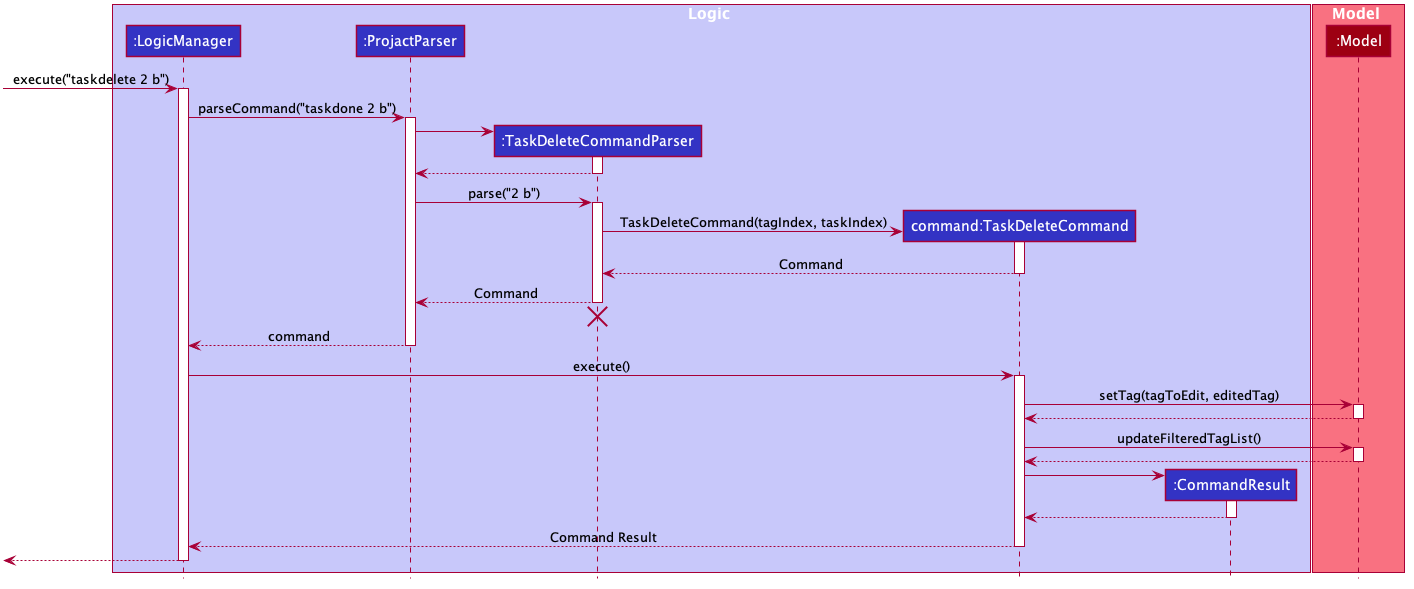
Before: docs/images/TaskDeleteSequenceDiagram.png, a diagram exported from PlantUML (siqiang-ng/tp). The source it was exported from:
```plantuml
@startuml








skinparam BackgroundColor #FFFFFFF

skinparam Shadowing false

skinparam Class {
    FontColor #FFFFFF
    BorderThickness 1
    BorderColor #FFFFFF
    StereotypeFontColor #FFFFFF
    FontName Arial
}

skinparam Actor {
    BorderColor #000000
    Color #000000
    FontName Arial
}

skinparam Sequence {
    MessageAlign center
    BoxFontSize 15
    BoxPadding 0
    BoxFontColor #FFFFFF
    FontName Arial
}

skinparam Participant {
    FontColor #FFFFFFF
    Padding 20
}

skinparam MinClassWidth 50
skinparam ParticipantPadding 10
skinparam Shadowing false
skinparam DefaultTextAlignment center
skinparam packageStyle Rectangle

hide footbox
hide members
hide circle
box Logic #C8C8FA
participant ":LogicManager" as LogicManager #3333C4
participant ":ProjactParser" as ProjactParser #3333C4
participant ":TaskDeleteCommandParser" as TaskDeleteCommandParser #3333C4
participant "command:TaskDeleteCommand" as TaskDeleteCommand #3333C4
participant ":CommandResult" as CommandResult #3333C4
end box

box Model #F97181
participant ":Model" as Model #9D0012
end box

[-> LogicManager : execute("taskdelete 2 b")
activate LogicManager

LogicManager -> ProjactParser : parseCommand("taskdone 2 b")
activate ProjactParser

create TaskDeleteCommandParser
ProjactParser -> TaskDeleteCommandParser
activate TaskDeleteCommandParser
TaskDeleteCommandParser --> ProjactParser

deactivate TaskDeleteCommandParser
ProjactParser -> TaskDeleteCommandParser : parse("2 b")
activate TaskDeleteCommandParser

create TaskDeleteCommand
TaskDeleteCommandParser -> TaskDeleteCommand : TaskDeleteCommand(tagIndex, taskIndex)
activate TaskDeleteCommand

TaskDeleteCommand --> TaskDeleteCommandParser : Command
deactivate TaskDeleteCommand

TaskDeleteCommandParser --> ProjactParser : Command
deactivate TaskDeleteCommandParser
TaskDeleteCommandParser -[hidden]-> ProjactParser
destroy TaskDeleteCommandParser

ProjactParser --> LogicManager : command
deactivate ProjactParser

LogicManager -> TaskDeleteCommand : execute()
activate TaskDeleteCommand

TaskDeleteCommand -> Model : setTag(tagToEdit, editedTag)
activate Model
Model ---> TaskDeleteCommand
deactivate Model

TaskDeleteCommand -> Model : updateFilteredTagList()
activate Model
Model ---> TaskDeleteCommand
deactivate Model

create CommandResult
TaskDeleteCommand -> CommandResult
activate CommandResult
CommandResult ---> TaskDeleteCommand
deactivate CommandResult

TaskDeleteCommand --> LogicManager : Command Result
deactivate TaskDeleteCommand

LogicManager -->[
deactivate LogicManager

@enduml
```
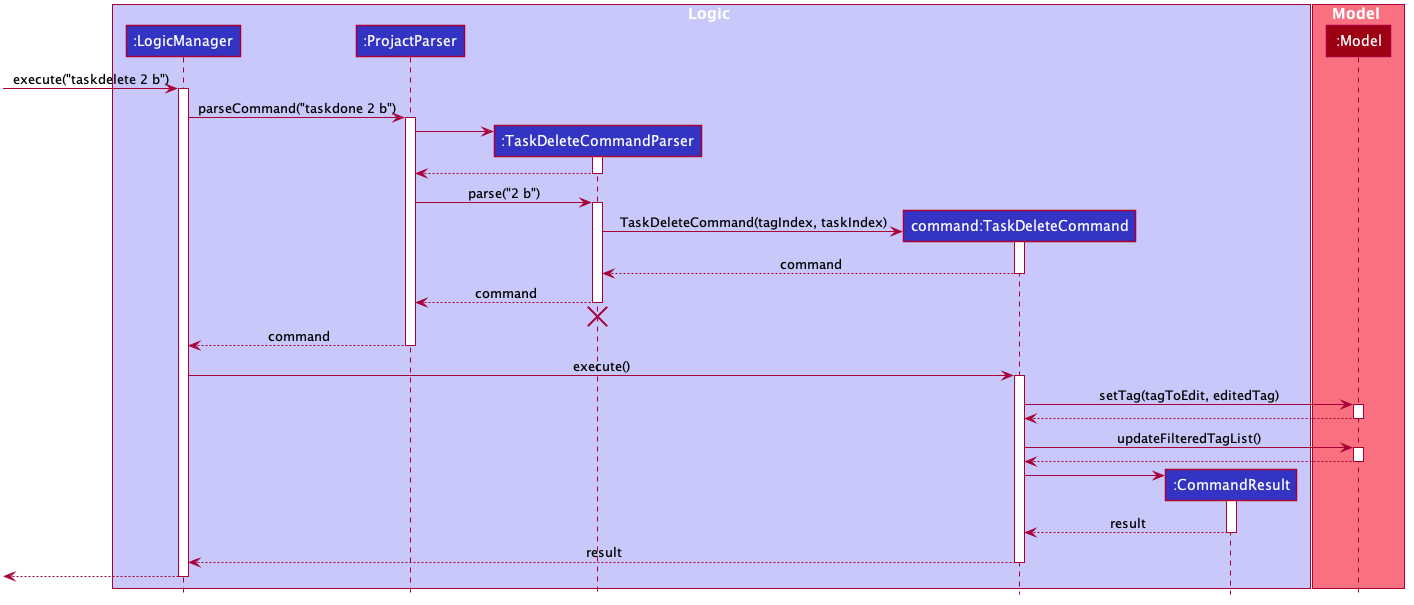
The same file after the commit.

Change to the diagram source:
```diff
@@ -78,10 +78,10 @@
 TaskDeleteCommandParser -> TaskDeleteCommand : TaskDeleteCommand(tagIndex, taskIndex)
 activate TaskDeleteCommand
 
-TaskDeleteCommand --> TaskDeleteCommandParser : Command
+TaskDeleteCommand --> TaskDeleteCommandParser : command
 deactivate TaskDeleteCommand
 
-TaskDeleteCommandParser --> ProjactParser : Command
+TaskDeleteCommandParser --> ProjactParser : command
 deactivate TaskDeleteCommandParser
 TaskDeleteCommandParser -[hidden]-> ProjactParser
 destroy TaskDeleteCommandParser
@@ -105,10 +105,10 @@
 create CommandResult
 TaskDeleteCommand -> CommandResult
 activate CommandResult
-CommandResult ---> TaskDeleteCommand
+CommandResult ---> TaskDeleteCommand : result
 deactivate CommandResult
 
-TaskDeleteCommand --> LogicManager : Command Result
+TaskDeleteCommand --> LogicManager : result
 deactivate TaskDeleteCommand
 
 LogicManager -->[
```
